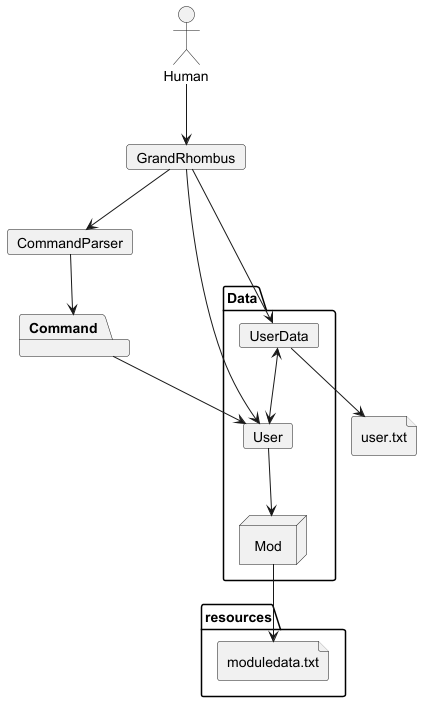
Earlier version of the PlantUML export docs/diagrams/Architecture.png (itsjoelha/tp).
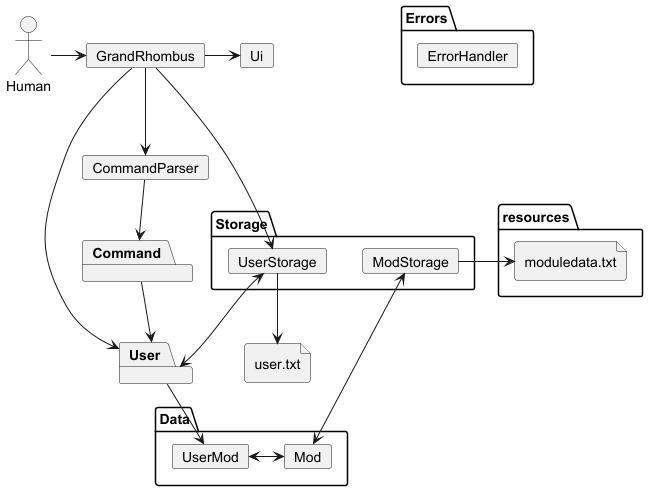
The same file after the commit.

Commit message:
Edit Sequence and Architecture Diagrams

Change to the diagram source:
```diff
@@ -5,26 +5,44 @@
 
 package Command
 package Data {
-    card User
-    card UserData
-    Node Mod
+    card UserMod
+    card Mod
 }
+Mod <-> UserMod
+
+package Storage {
+    card ModStorage
+    card UserStorage
+}
+
+package Errors {
+    card ErrorHandler
+}
+
 folder resources {
     file moduledata.txt
 }
+
+package User {
+}
+
 card CommandParser
+card Ui
 file user.txt
 
-Human --> GrandRhombus
-GrandRhombus --> UserData
+Human -> GrandRhombus
+GrandRhombus --> UserStorage
 GrandRhombus --> User
+GrandRhombus -> Ui
 GrandRhombus --> CommandParser
+
 CommandParser --> Command
 Command --> User
-UserData <--> User
-UserData --> user.txt
-User --> Mod
-Mod --> moduledata.txt
+UserStorage <--> User
+UserStorage --> user.txt
+User --> UserMod
+ModStorage -> moduledata.txt
+ModStorage <--> Mod
 
 
 
```
